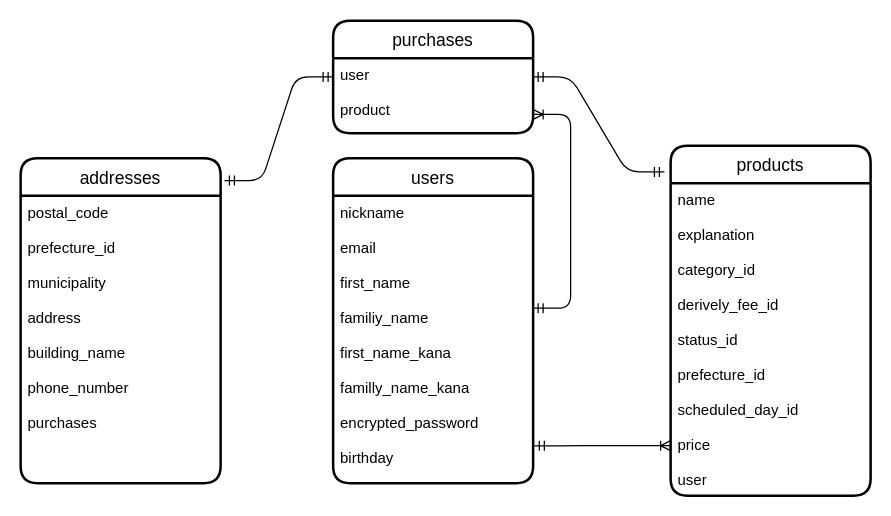
This is page "ページ1" (1 of 2) of app/ER.dio from devjohony/furima-37766, a draw.io file, before an edit. Source tidied: cells renumbered, new cells numbered last; positions are measured from the earlier drawing's top-left corner, leaving out a move shared by most shapes. Both pictures are drawn from the tidied source at 125%, with x=0, y=0 at pixel (20, 20).
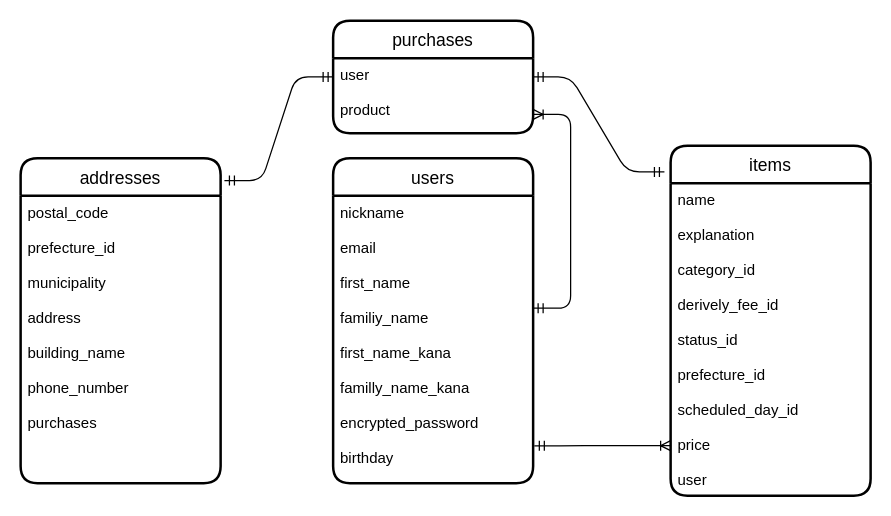
The same diagram, later.

The edit, as a diff of the source:
```diff
@@
 <mxGraphModel>
   <root>
     <mxCell id="0" />
     <mxCell id="1" parent="0" />
     <mxCell id="2" value="users" style="swimlane;horizontal=1;startSize=30;rounded=1;fontSize=14;fontStyle=0;strokeWidth=2;shadow=0;dashed=0;align=center;" parent="1" vertex="1">
       <mxGeometry x="250" y="110" width="160" height="260" as="geometry" />
     </mxCell>
     <mxCell id="3" value="nickname&#10;&#10;email&#10;&#10;first_name&#10;&#10;familiy_name&#10;&#10;first_name_kana&#10;&#10;familly_name_kana&#10;&#10;encrypted_password&#10;&#10;birthday" style="align=left;strokeColor=none;fillColor=none;spacingLeft=4;fontSize=12;verticalAlign=top;shadow=1;" parent="2" vertex="1">
       <mxGeometry y="30" width="160" height="230" as="geometry" />
     </mxCell>
     <mxCell id="4" value="purchases" style="swimlane;horizontal=1;startSize=30;rounded=1;fontSize=14;fontStyle=0;strokeWidth=2;shadow=0;dashed=0;align=center;" parent="1" vertex="1">
       <mxGeometry x="250" width="160" height="90" as="geometry" />
     </mxCell>
     <mxCell id="5" value="user&#10;&#10;product" style="align=left;strokeColor=none;fillColor=none;spacingLeft=4;fontSize=12;verticalAlign=top;shadow=1;" parent="4" vertex="1">
       <mxGeometry y="30" width="160" height="60" as="geometry" />
     </mxCell>
     <mxCell id="6" value="addresses" style="swimlane;horizontal=1;startSize=30;rounded=1;fontSize=14;fontStyle=0;strokeWidth=2;shadow=0;dashed=0;align=center;" parent="1" vertex="1">
       <mxGeometry y="110" width="160" height="260" as="geometry" />
     </mxCell>
     <mxCell id="7" value="postal_code&#10;&#10;prefecture_id&#10;&#10;municipality&#10;&#10;address&#10;&#10;building_name&#10;&#10;phone_number&#10;&#10;purchases" style="align=left;strokeColor=none;fillColor=none;spacingLeft=4;fontSize=12;verticalAlign=top;shadow=1;" parent="6" vertex="1">
       <mxGeometry y="30" width="160" height="230" as="geometry" />
     </mxCell>
-    <mxCell id="8" value="products" style="swimlane;horizontal=1;startSize=30;rounded=1;fontSize=14;fontStyle=0;strokeWidth=2;shadow=0;dashed=0;align=center;" parent="1" vertex="1">
+    <mxCell id="8" value="items" style="swimlane;horizontal=1;startSize=30;rounded=1;fontSize=14;fontStyle=0;strokeWidth=2;shadow=0;dashed=0;align=center;" parent="1" vertex="1">
       <mxGeometry x="520" y="100" width="160" height="280" as="geometry" />
     </mxCell>
     <mxCell id="9" value="name&#10;&#10;explanation&#10;&#10;category_id&#10;&#10;derively_fee_id&#10;&#10;status_id&#10;&#10;prefecture_id&#10;&#10;scheduled_day_id&#10;&#10;price&#10;&#10;user" style="align=left;strokeColor=none;fillColor=none;spacingLeft=4;fontSize=12;verticalAlign=top;shadow=1;" parent="8" vertex="1">
       <mxGeometry y="30" width="160" height="250" as="geometry" />
     </mxCell>
     <mxCell id="10" style="edgeStyle=entityRelationEdgeStyle;fontSize=12;html=1;endArrow=ERoneToMany;startArrow=ERmandOne;entryX=0;entryY=0.84;entryDx=0;entryDy=0;entryPerimeter=0;exitX=1.006;exitY=0.87;exitDx=0;exitDy=0;exitPerimeter=0;" parent="1" edge="1" source="3" target="9">
       <mxGeometry relative="1" as="geometry" />
     </mxCell>
     <mxCell id="11" style="edgeStyle=entityRelationEdgeStyle;fontSize=12;html=1;endArrow=ERmandOne;startArrow=ERmandOne;exitX=1;exitY=0.25;exitDx=0;exitDy=0;entryX=-0.031;entryY=0.075;entryDx=0;entryDy=0;entryPerimeter=0;" parent="1" edge="1" source="5" target="8">
       <mxGeometry relative="1" as="geometry" />
     </mxCell>
     <mxCell id="12" style="edgeStyle=entityRelationEdgeStyle;fontSize=12;html=1;endArrow=ERmandOne;startArrow=ERmandOne;entryX=0;entryY=0.5;entryDx=0;entryDy=0;exitX=1.019;exitY=0.069;exitDx=0;exitDy=0;exitPerimeter=0;" parent="1" edge="1" source="6" target="4">
       <mxGeometry relative="1" as="geometry" />
     </mxCell>
     <mxCell id="13" style="edgeStyle=entityRelationEdgeStyle;fontSize=12;html=1;endArrow=ERoneToMany;startArrow=ERmandOne;entryX=1;entryY=0.75;entryDx=0;entryDy=0;" parent="1" edge="1" target="5">
       <mxGeometry relative="1" as="geometry">
         <mxPoint x="410" y="230" as="sourcePoint" />
       </mxGeometry>
     </mxCell>
   </root>
 </mxGraphModel>
```
